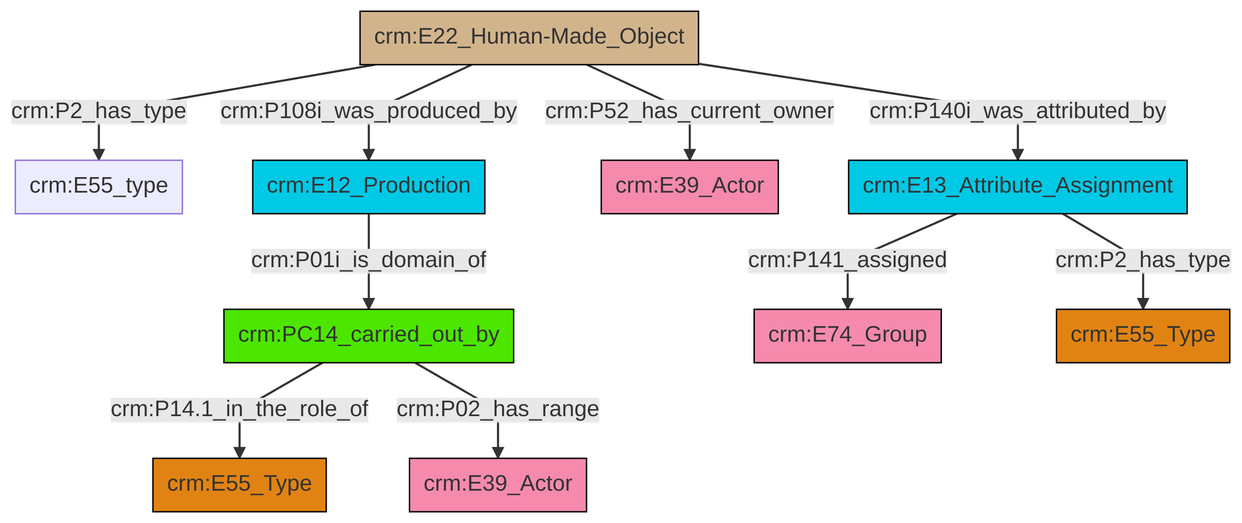
Before: et/builtWorkCSV/ttl/mmd/png/Built_Work_actor_relations.png, a diagram exported from Mermaid (swiss-art-research-net/docs.swissartresearch). Its source is kept beside it as et/builtWorkCSV/ttl/mmd/Built_Work_actor_relations.ttl.mmd. Its diagram source:
```mermaid
graph TD
classDef Literal fill:#f2f2f2,stroke:#000000;
classDef CRM_Entity fill:#FFFFFF,stroke:#000000;
classDef Temporal_Entity fill:#00C9E6, stroke:#000000;
classDef Type fill:#E18312, stroke:#000000;
classDef Time-Span fill:#2C9C91, stroke:#000000;
classDef Appellation fill:#FFEB7F, stroke:#000000;
classDef Place fill:#008836, stroke:#000000;
classDef Persistent_Item fill:#B266B2, stroke:#000000;
classDef Conceptual_Object fill:#FFD700, stroke:#000000;
classDef Physical_Thing fill:#D2B48C, stroke:#000000;
classDef Actor fill:#f58aad, stroke:#000000;
classDef PC_Classes fill:#4ce600, stroke:#000000;
classDef Multi fill:#cccccc,stroke:#000000;

0["crm:E13_Attribute_Assignment"]:::Temporal_Entity -->|crm:P141_assigned| 1["crm:E74_Group"]:::Actor
2["crm:PC14_carried_out_by"]:::PC_Classes -->|crm:P14.1_in_the_role_of| 3["crm:E55_Type"]:::Type
4["crm:E22_Human-Made_Object"]:::Physical_Thing -->|crm:P2_has_type| 5["crm:E55_type"]:::Default
4["crm:E22_Human-Made_Object"]:::Physical_Thing -->|crm:P108i_was_produced_by| 6["crm:E12_Production"]:::Temporal_Entity
6["crm:E12_Production"]:::Temporal_Entity -->|crm:P01i_is_domain_of| 2["crm:PC14_carried_out_by"]:::PC_Classes
2["crm:PC14_carried_out_by"]:::PC_Classes -->|crm:P02_has_range| 8["crm:E39_Actor"]:::Actor
0["crm:E13_Attribute_Assignment"]:::Temporal_Entity -->|crm:P2_has_type| 11["crm:E55_Type"]:::Type
4["crm:E22_Human-Made_Object"]:::Physical_Thing -->|crm:P52_has_current_owner| 17["crm:E39_Actor"]:::Actor
4["crm:E22_Human-Made_Object"]:::Physical_Thing -->|crm:P140i_was_attributed_by| 0["crm:E13_Attribute_Assignment"]:::Temporal_Entity
```
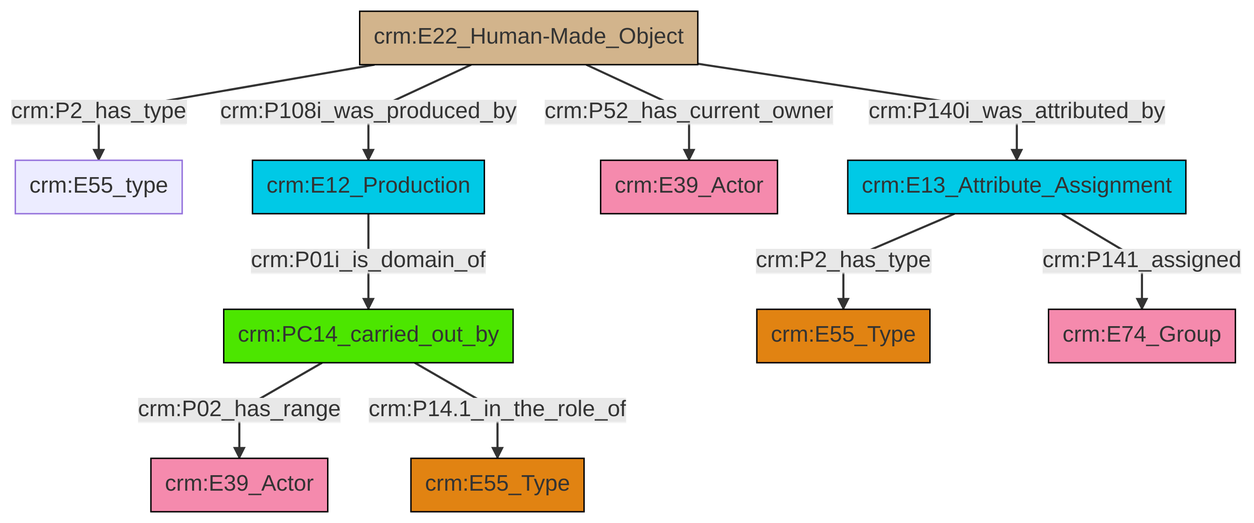
After the change.

What changed in the source:
```diff
@@ -13,12 +13,12 @@
 classDef PC_Classes fill:#4ce600, stroke:#000000;
 classDef Multi fill:#cccccc,stroke:#000000;
 
-0["crm:E13_Attribute_Assignment"]:::Temporal_Entity -->|crm:P141_assigned| 1["crm:E74_Group"]:::Actor
-2["crm:PC14_carried_out_by"]:::PC_Classes -->|crm:P14.1_in_the_role_of| 3["crm:E55_Type"]:::Type
-4["crm:E22_Human-Made_Object"]:::Physical_Thing -->|crm:P2_has_type| 5["crm:E55_type"]:::Default
-4["crm:E22_Human-Made_Object"]:::Physical_Thing -->|crm:P108i_was_produced_by| 6["crm:E12_Production"]:::Temporal_Entity
-6["crm:E12_Production"]:::Temporal_Entity -->|crm:P01i_is_domain_of| 2["crm:PC14_carried_out_by"]:::PC_Classes
-2["crm:PC14_carried_out_by"]:::PC_Classes -->|crm:P02_has_range| 8["crm:E39_Actor"]:::Actor
-0["crm:E13_Attribute_Assignment"]:::Temporal_Entity -->|crm:P2_has_type| 11["crm:E55_Type"]:::Type
-4["crm:E22_Human-Made_Object"]:::Physical_Thing -->|crm:P52_has_current_owner| 17["crm:E39_Actor"]:::Actor
-4["crm:E22_Human-Made_Object"]:::Physical_Thing -->|crm:P140i_was_attributed_by| 0["crm:E13_Attribute_Assignment"]:::Temporal_Entity
+0["crm:PC14_carried_out_by"]:::PC_Classes -->|crm:P02_has_range| 1["crm:E39_Actor"]:::Actor
+4["crm:E22_Human-Made_Object"]:::Physical_Thing -->|crm:P108i_was_produced_by| 5["crm:E12_Production"]:::Temporal_Entity
+0["crm:PC14_carried_out_by"]:::PC_Classes -->|crm:P14.1_in_the_role_of| 8["crm:E55_Type"]:::Type
+5["crm:E12_Production"]:::Temporal_Entity -->|crm:P01i_is_domain_of| 0["crm:PC14_carried_out_by"]:::PC_Classes
+4["crm:E22_Human-Made_Object"]:::Physical_Thing -->|crm:P52_has_current_owner| 10["crm:E39_Actor"]:::Actor
+12["crm:E13_Attribute_Assignment"]:::Temporal_Entity -->|crm:P141_assigned| 13["crm:E74_Group"]:::Actor
+4["crm:E22_Human-Made_Object"]:::Physical_Thing -->|crm:P2_has_type| 2["crm:E55_type"]:::Default
+12["crm:E13_Attribute_Assignment"]:::Temporal_Entity -->|crm:P2_has_type| 6["crm:E55_Type"]:::Type
+4["crm:E22_Human-Made_Object"]:::Physical_Thing -->|crm:P140i_was_attributed_by| 12["crm:E13_Attribute_Assignment"]:::Temporal_Entity
```
